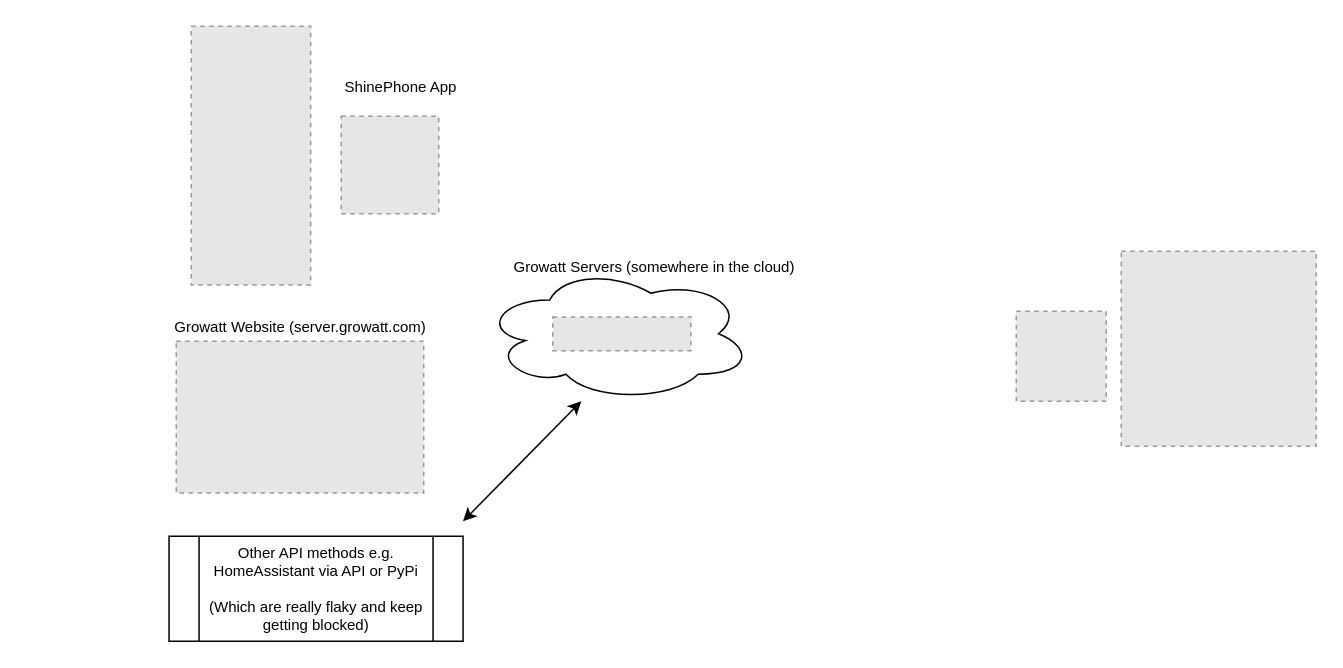
Before: diagrams/growatt-grott-diagrams.drawio in muppet3000/homeassistant-grott, a draw.io diagram. Source tidied: cells renumbered, new cells numbered last; positions are measured from the earlier drawing's top-left corner, leaving out a move shared by most shapes. Both pictures are drawn from the tidied source at 150%, with x=0, y=0 at pixel (136, 26). Pictures stored in the file or linked from it are replaced by grey dashed boxes.
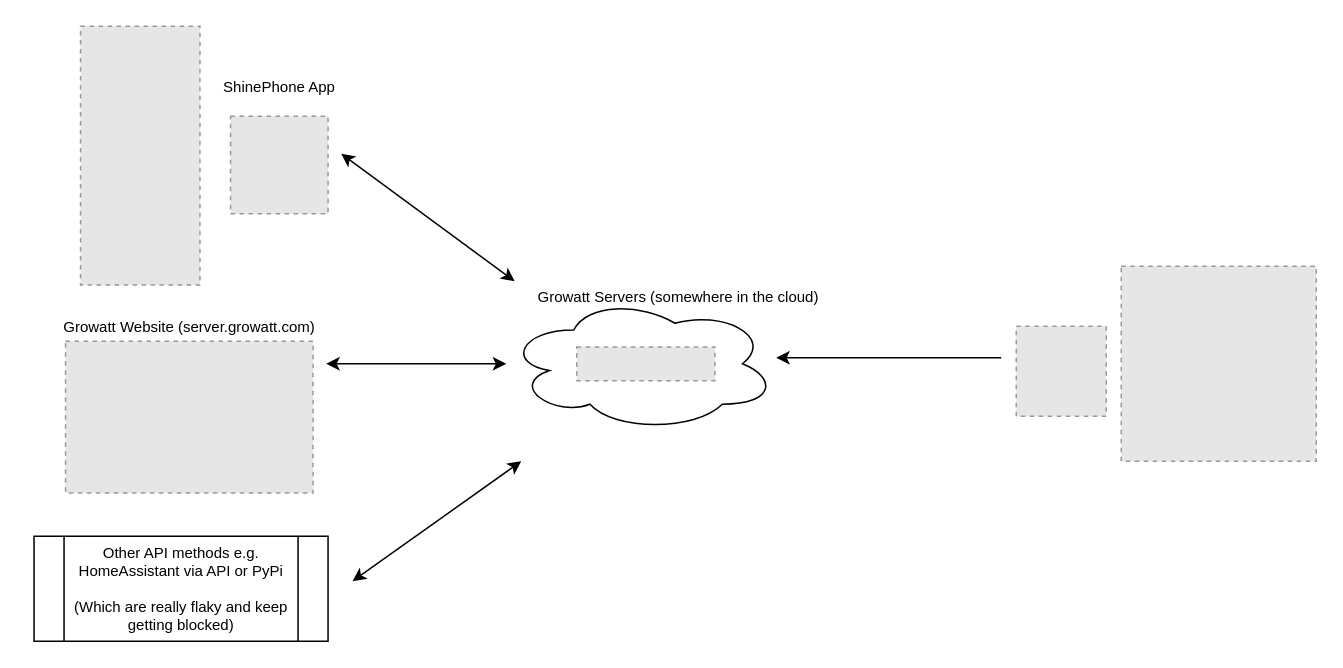
The same page after the edit.

The change refers to these unchanged cells:
```xml
<mxCell id="4" style="ellipse;shape=cloud;whiteSpace=wrap;html=1;" parent="3" vertex="1">
  <mxGeometry width="180" height="90" as="geometry" />
</mxCell>
```

The edit, as a diff of the source:
```diff
@@
     <mxCell id="2" style="fillColor=#E6E6E6;strokeColor=#999999;dashed=1;verticalLabelPosition=bottom;labelBackgroundColor=#ffffff;verticalAlign=top;" parent="1" vertex="1">
-      <mxGeometry x="656" y="150" width="130" height="130" as="geometry" />
+      <mxGeometry x="656" y="160" width="130" height="130" as="geometry" />
     </mxCell>
     <mxCell id="3" style="group;" parent="1" vertex="1">
-      <mxGeometry x="230" y="160" width="180" height="90" as="geometry" />
+      <mxGeometry x="246" y="180" width="180" height="90" as="geometry" />
     </mxCell>
@@
     <mxCell id="6" style="fillColor=#E6E6E6;strokeColor=#999999;dashed=1;verticalLabelPosition=bottom;labelBackgroundColor=#ffffff;verticalAlign=top;" parent="1" vertex="1">
-      <mxGeometry x="586" y="190" width="60" height="60" as="geometry" />
+      <mxGeometry x="586" y="200" width="60" height="60" as="geometry" />
     </mxCell>
     <mxCell id="7" style="fillColor=#E6E6E6;strokeColor=#999999;dashed=1;verticalLabelPosition=bottom;labelBackgroundColor=#ffffff;verticalAlign=top;" parent="1" vertex="1">
-      <mxGeometry x="136" y="60" width="65" height="65" as="geometry" />
+      <mxGeometry x="62.2" y="60" width="65" height="65" as="geometry" />
     </mxCell>
     <mxCell id="8" style="fillColor=#E6E6E6;strokeColor=#999999;dashed=1;verticalLabelPosition=bottom;verticalAlign=top;" parent="1" vertex="1">
-      <mxGeometry x="36" width="79.6" height="172.5" as="geometry" />
+      <mxGeometry x="-37.8" width="79.6" height="172.5" as="geometry" />
     </mxCell>
     <mxCell id="9" style="fillColor=#E6E6E6;strokeColor=#999999;dashed=1;verticalLabelPosition=bottom;labelBackgroundColor=#ffffff;verticalAlign=top;" parent="1" vertex="1">
-      <mxGeometry x="26" y="210" width="165" height="101.2" as="geometry" />
+      <mxGeometry x="-47.8" y="210" width="165" height="101.2" as="geometry" />
     </mxCell>
     <mxCell id="10" value="ShinePhone App" style="text;html=1;strokeColor=none;fillColor=none;align=center;verticalAlign=middle;whiteSpace=wrap;rounded=0;fontSize=10;" parent="1" vertex="1">
-      <mxGeometry x="115.6" y="30" width="120" height="20" as="geometry" />
+      <mxGeometry x="34.8" y="30" width="120" height="20" as="geometry" />
     </mxCell>
     <mxCell id="11" value="Growatt Website (server.growatt.com)" style="text;html=1;strokeColor=none;fillColor=none;align=center;verticalAlign=middle;whiteSpace=wrap;rounded=0;fontSize=10;" parent="1" vertex="1">
-      <mxGeometry x="-0.2" y="190" width="217.5" height="20" as="geometry" />
+      <mxGeometry x="-74" y="190" width="217.5" height="20" as="geometry" />
     </mxCell>
     <mxCell id="12" value="&lt;span&gt;Other API methods e.g. HomeAssistant via API or PyPi&lt;/span&gt;&lt;br&gt;&lt;br&gt;&lt;span&gt;(Which are really flaky and keep getting blocked)&lt;/span&gt;" style="shape=process;whiteSpace=wrap;html=1;backgroundOutline=1;fontSize=10;" parent="1" vertex="1">
-      <mxGeometry x="21.2" y="340" width="196" height="70" as="geometry" />
+      <mxGeometry x="-68.8" y="340" width="196" height="70" as="geometry" />
     </mxCell>
     <mxCell id="13" style="endArrow=classic;startArrow=classic;html=1;rounded=0;fontSize=10;" parent="1" edge="1">
       <mxGeometry relative="1" as="geometry">
-        <mxPoint x="217.2" y="330" as="sourcePoint" />
-        <mxPoint x="296" y="250" as="targetPoint" />
+        <mxPoint x="143.5" y="370" as="sourcePoint" />
+        <mxPoint x="256" y="290" as="targetPoint" />
       </mxGeometry>
     </mxCell>
     <mxCell id="14" value="Growatt Servers (somewhere in the cloud)" style="text;html=1;strokeColor=none;fillColor=none;align=center;verticalAlign=middle;whiteSpace=wrap;rounded=0;fontSize=10;" parent="1" vertex="1">
-      <mxGeometry x="235.6" y="150" width="217.5" height="20" as="geometry" />
+      <mxGeometry x="251.6" y="170" width="217.5" height="20" as="geometry" />
     </mxCell>
+    <mxCell id="15" style="endArrow=classic;startArrow=classic;html=1;rounded=0;fontSize=10;entryX=0;entryY=0;entryDx=0;entryDy=0;" parent="1" edge="1" target="14">
+      <mxGeometry relative="1" as="geometry">
+        <mxPoint x="136" y="85" as="sourcePoint" />
+      </mxGeometry>
+    </mxCell>
+    <mxCell id="16" style="endArrow=classic;startArrow=classic;html=1;rounded=0;fontSize=10;" parent="1" edge="1" target="4">
+      <mxGeometry relative="1" as="geometry">
+        <mxPoint x="126" y="225" as="sourcePoint" />
+      </mxGeometry>
+    </mxCell>
+    <mxCell id="17" style="endArrow=none;startArrow=classic;html=1;rounded=0;fontSize=10;endFill=0;" parent="1" edge="1">
+      <mxGeometry relative="1" as="geometry">
+        <mxPoint x="426" y="221" as="sourcePoint" />
+        <mxPoint x="576" y="221" as="targetPoint" />
+      </mxGeometry>
+    </mxCell>
```
